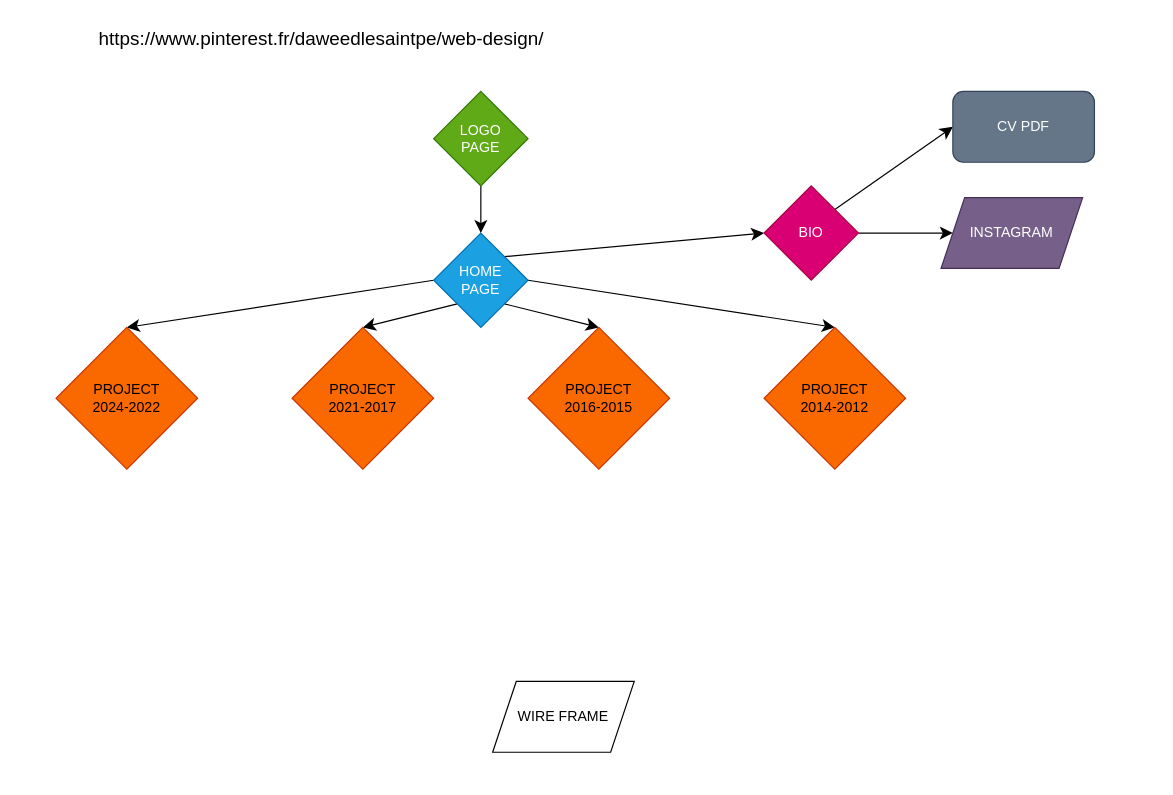
SantoLeSaintPere/SITE-WEB keeps this draw.io diagram as Web-Site-Architecture.drawio. Above is the earlier version. Source tidied: cells renumbered, new cells numbered last; positions are measured from the earlier drawing's top-left corner, leaving out a move shared by most shapes. Both pictures are drawn from the tidied source at 118%, with x=0, y=0 at pixel (20, 20).
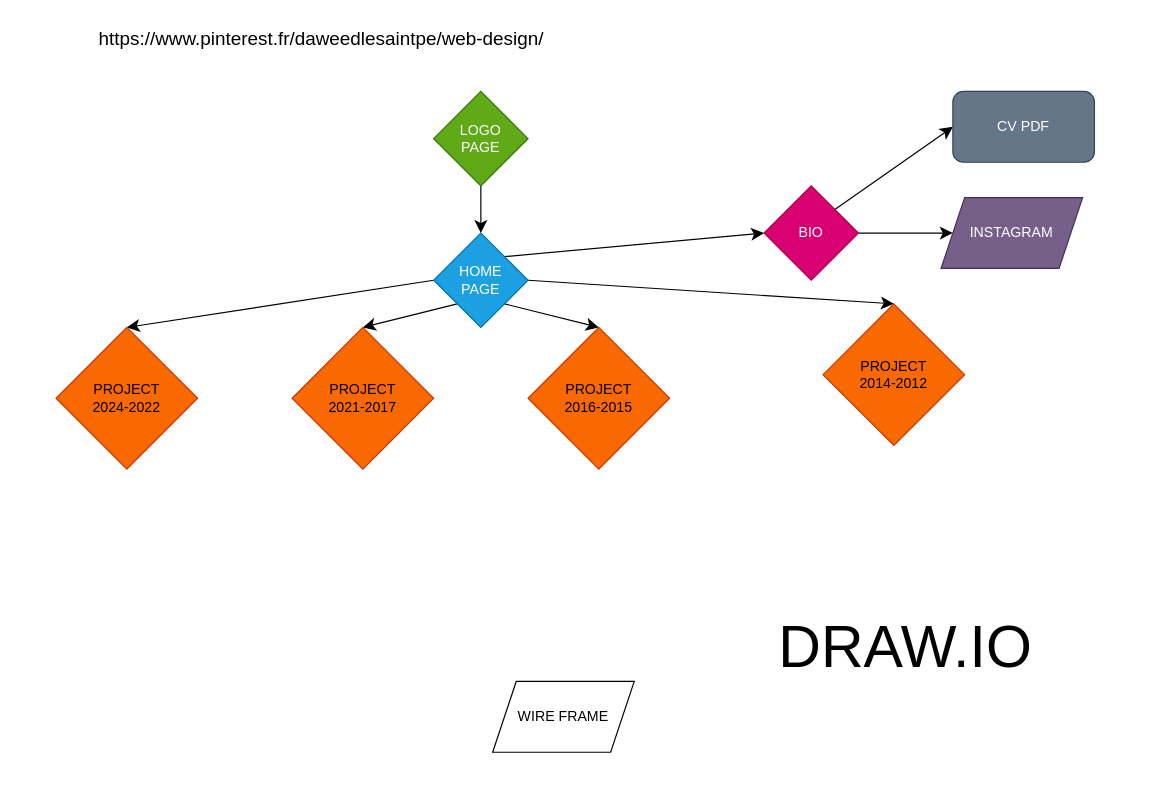
After the change.

Change to the diagram source:
```diff
@@
     <mxCell id="13" value="PROJECT&lt;div&gt;2014-2012&lt;/div&gt;" style="rhombus;whiteSpace=wrap;html=1;fillColor=#fa6800;fontColor=#000000;strokeColor=#C73500;" parent="1" vertex="1">
-      <mxGeometry x="630" y="260" width="120" height="120" as="geometry" />
+      <mxGeometry x="680" y="240" width="120" height="120" as="geometry" />
     </mxCell>
@@
+    <mxCell id="21" value="&lt;font style=&quot;font-size: 50px;&quot;&gt;DRAW.IO&lt;/font&gt;" style="text;html=1;align=center;verticalAlign=middle;whiteSpace=wrap;rounded=0;" parent="1" vertex="1">
+      <mxGeometry x="540" y="420" width="420" height="220" as="geometry" />
+    </mxCell>
```
